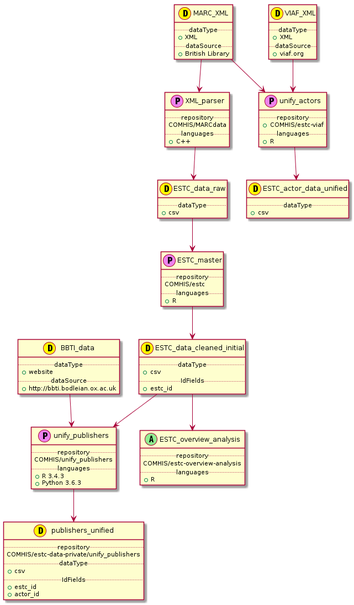
Earlier version of the PlantUML export dependencies/dependencies.png (COMHIS/estc-workflow).
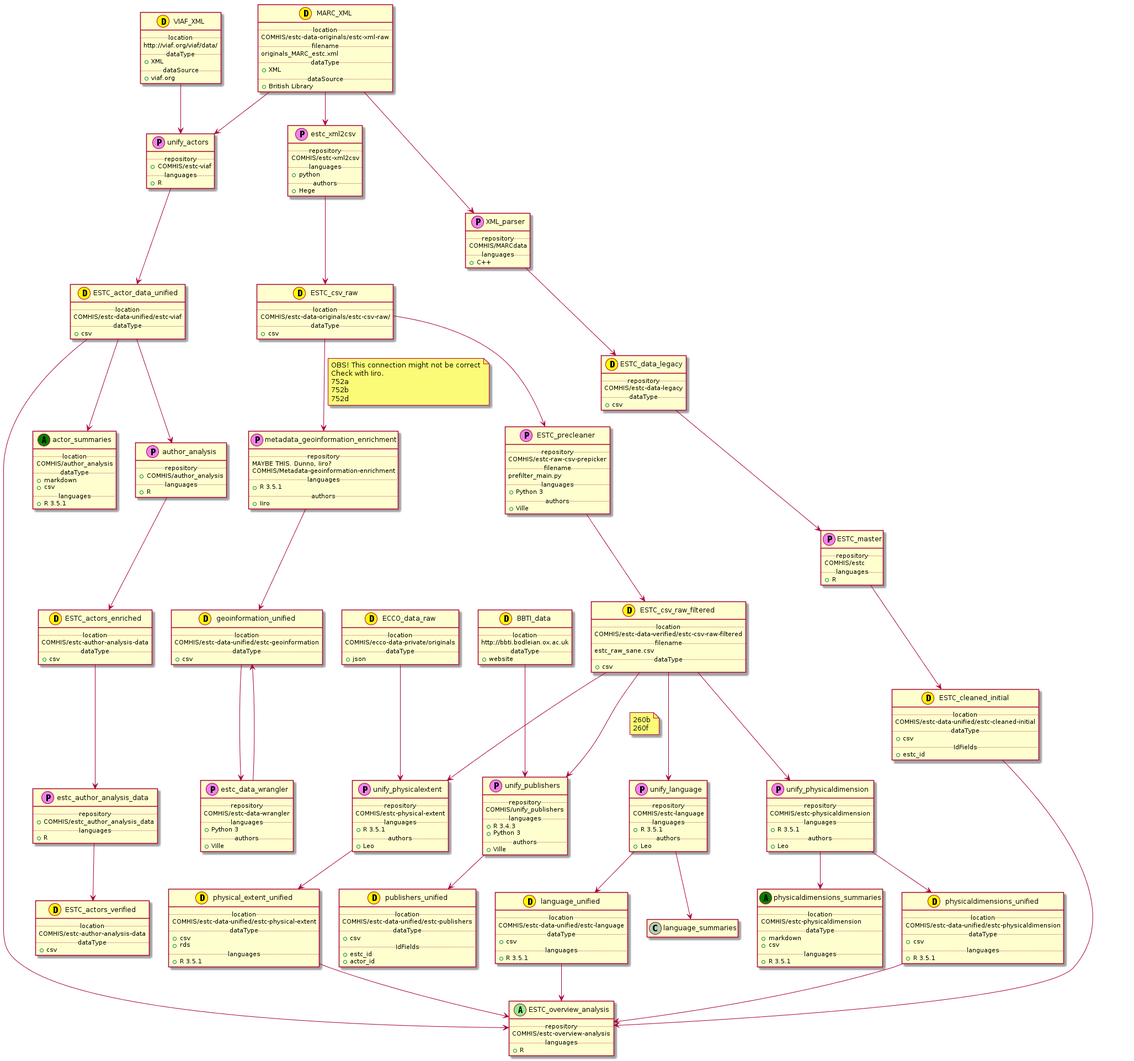
After the change.

Commit message:
Remove duplicated and erroneous connections.

What changed in the source:
```diff
@@ -1,27 +1,70 @@
 @startuml
 
+
+
+class BBTI_data << (D,yellow) >> {
+    .. location ..
+    http://bbti.bodleian.ox.ac.uk
+    .. dataType ..
+    + website
+}
+
+class VIAF_XML << (D,yellow) >> {
+    .. location ..
+    http://viaf.org/viaf/data/
+    .. dataType ..
+    + XML
+    .. dataSource ..
+    + viaf.org
+}
+
+class ECCO_data_raw << (D,yellow) >> {
+    .. location ..
+    COMHIS/ecco-data-private/originals
+    .. dataType ..
+    + json
+}
+
 class MARC_XML << (D,yellow) >> {
+    .. location ..
+    COMHIS/estc-data-originals/estc-xml-raw
+    .. filename ..
+    originals_MARC_estc.xml
     .. dataType ..
     + XML
     .. dataSource ..
     + British Library
 }
 
-class ESTC_data_raw << (D,yellow) >> {
+class ESTC_csv_raw << (D,yellow) >> {
+    .. location ..
+    COMHIS/estc-data-originals/estc-csv-raw/
     .. dataType ..
     + csv
 }
 
-class ESTC_data_cleaned_initial << (D,yellow) >> {
+class ESTC_csv_raw_filtered << (D,yellow) >> {
+    .. location ..
+    COMHIS/estc-data-verified/estc-csv-raw-filtered
+    .. filename ..
+    estc_raw_sane.csv
+    .. dataType ..
+    + csv
+}
+
+class ESTC_cleaned_initial << (D,yellow) >> {
+    .. location ..
+    COMHIS/estc-data-unified/estc-cleaned-initial
     .. dataType ..
     + csv
     .. IdFields ..
     + estc_id
 }
 
+
 class publishers_unified << (D,yellow) >> {
-    .. repository ..
-    COMHIS/estc-data-private/unify_publishers
+    .. location ..
+    COMHIS/estc-data-unified/estc-publishers
     .. dataType ..
     + csv
     .. IdFields ..
@@ -29,18 +72,104 @@
     + actor_id
 }
 
-class BBTI_data << (D,yellow) >> {
+class physicaldimensions_unified << (D,yellow) >> {
+    .. location ..
+    COMHIS/estc-data-unified/estc-physicaldimension
     .. dataType ..
-    + website
-    .. dataSource ..
-    + http://bbti.bodleian.ox.ac.uk
+    + csv
+    .. languages ..
+    + R 3.5.1
 }
+
+class language_unified << (D,yellow) >> {
+    .. location ..
+    COMHIS/estc-data-unified/estc-language
+    .. dataType ..
+    + csv
+    .. languages ..
+    + R 3.5.1
+}
+
+class geoinformation_unified << (D,yellow) >> {
+    .. location ..
+    COMHIS/estc-data-unified/estc-geoinformation
+    .. dataType ..
+    + csv
+}
+
+class physical_extent_unified << (D,yellow) >> {
+    .. location ..
+    COMHIS/estc-data-unified/estc-physical-extent
+    .. dataType ..
+    + csv
+    + rds
+    .. languages ..
+    + R 3.5.1
+
+}
+
+class ESTC_actor_data_unified << (D,yellow) >> {
+    .. location ..
+    COMHIS/estc-data-unified/estc-viaf
+    .. dataType ..
+    + csv
+}
+
+
+class physicaldimensions_summaries << (A,green) >> {
+    .. location ..
+    COMHIS/estc-physicaldimension
+    .. dataType ..
+    + markdown
+    + csv
+    .. languages ..
+    + R 3.5.1
+}
+
+class actor_summaries << (A,green) >> {
+    .. location ..
+    COMHIS/author_analysis
+    .. dataType ..
+    + markdown
+    + csv
+    .. languages ..
+    + R 3.5.1
+}
+
 
 class XML_parser << (P,violet) >> {
     .. repository ..
     COMHIS/MARCdata
     .. languages ..
     + C++
+}
+
+class ESTC_data_legacy << (D,yellow) >> {
+    .. repository ..
+    COMHIS/estc-data-legacy
+    .. dataType ..
+    + csv
+}
+
+
+class estc_xml2csv << (P,violet) >> {
+    .. repository ..
+    COMHIS/estc-xml2csv
+    .. languages ..
+    + python
+    .. authors ..
+    + Hege
+}
+
+class ESTC_precleaner << (P,violet) >> {
+    .. repository ..
+    COMHIS/estc-raw-csv-prepicker
+    .. filename ..
+    prefilter_main.py
+    .. languages ..
+    + Python 3
+    .. authors ..
+    + Ville
 }
 
 class ESTC_master << (P,violet) >> {
@@ -55,10 +184,58 @@
     COMHIS/unify_publishers
     .. languages ..
     + R 3.4.3
-    + Python 3.6.3
-
+    + Python 3
+    .. authors ..
+    + Ville
 }
 
+class unify_physicaldimension << (P,violet) >> {
+    .. repository ..
+    COMHIS/estc-physicaldimension
+    .. languages ..
+    + R 3.5.1
+    .. authors ..
+    + Leo
+}
+
+class unify_physicalextent << (P,violet) >> {
+    .. repository ..
+    COMHIS/estc-physical-extent
+    .. languages ..
+    + R 3.5.1
+    .. authors ..
+    + Leo
+}
+
+class unify_language << (P,violet) >> {
+    .. repository ..
+    COMHIS/estc-language
+    .. languages ..
+    + R 3.5.1
+    .. authors ..
+    + Leo
+}
+
+
+class metadata_geoinformation_enrichment << (P,violet) >> {
+    .. repository ..
+    MAYBE THIS. Dunno, Iiro?
+    COMHIS/Metadata-geoinformation-enrichment
+    .. languages ..
+    + R 3.5.1
+    .. authors ..
+    + Iiro
+}
+
+
+class estc_data_wrangler << (P,violet) >> {
+    .. repository ..
+    COMHIS/estc-data-wrangler
+    .. languages ..
+    + Python 3
+    .. authors ..
+    + Ville
+}
 
 class ESTC_overview_analysis << (A,lightgreen) >> {
     .. repository ..
@@ -68,13 +245,6 @@
 }
 
 
-class VIAF_XML << (D,yellow) >> {
-    .. dataType ..
-    + XML
-    .. dataSource ..
-    + viaf.org
-}
-
 class unify_actors << (P,violet) >> {
     .. repository ..
     + COMHIS/estc-viaf
@@ -82,7 +252,30 @@
     + R
 }
 
-class ESTC_actor_data_unified << (D,yellow) >> {
+class author_analysis << (P,violet) >> {
+    .. repository ..
+    + COMHIS/author_analysis
+    .. languages ..
+    + R
+}
+
+class estc_author_analysis_data << (P,violet) >> {
+    .. repository ..
+    + COMHIS/estc_author_analysis_data
+    .. languages ..
+    + R
+}
+
+class ESTC_actors_enriched << (D,yellow) >> {
+    .. location ..
+    COMHIS/estc-author-analysis-data
+    .. dataType ..
+    + csv
+}
+
+class ESTC_actors_verified << (D,yellow) >> {
+    .. location ..
+    COMHIS/estc-author-analysis-data
     .. dataType ..
     + csv
 }
@@ -90,18 +283,59 @@
 VIAF_XML --> unify_actors
 MARC_XML --> unify_actors
 unify_actors --> ESTC_actor_data_unified
+ESTC_actor_data_unified --> actor_summaries
+ESTC_actor_data_unified --> author_analysis
+author_analysis --> ESTC_actors_enriched
+ESTC_actors_enriched --> estc_author_analysis_data
+estc_author_analysis_data --> ESTC_actors_verified
+
+MARC_XML --> estc_xml2csv
+estc_xml2csv --> ESTC_csv_raw
+ESTC_csv_raw --> ESTC_precleaner
+ESTC_precleaner --> ESTC_csv_raw_filtered
 
 MARC_XML --> XML_parser
-XML_parser --> ESTC_data_raw
+XML_parser --> ESTC_data_legacy
+ESTC_data_legacy --> ESTC_master
+ESTC_master --> ESTC_cleaned_initial
 
-ESTC_data_raw --> ESTC_master
-ESTC_master --> ESTC_data_cleaned_initial
-ESTC_data_cleaned_initial --> unify_publishers
+ESTC_csv_raw --> metadata_geoinformation_enrichment
+note on link
+    OBS! This connection might not be correct
+    Check with Iiro.
+    752a
+    752b
+    752d
+end note
+metadata_geoinformation_enrichment --> geoinformation_unified
+geoinformation_unified --> estc_data_wrangler
+estc_data_wrangler --> geoinformation_unified
 
+ESTC_csv_raw_filtered --> unify_publishers
+note on link
+    260b
+    260f
+end note
 BBTI_data --> unify_publishers
 unify_publishers --> publishers_unified
 
-ESTC_data_cleaned_initial --> ESTC_overview_analysis
+ESTC_csv_raw_filtered --> unify_physicaldimension
+unify_physicaldimension --> physicaldimensions_summaries
+unify_physicaldimension --> physicaldimensions_unified
+
+ESTC_csv_raw_filtered --> unify_language
+unify_language --> language_summaries
+unify_language --> language_unified
+
+ESTC_csv_raw_filtered --> unify_physicalextent
+ECCO_data_raw --> unify_physicalextent
+unify_physicalextent --> physical_extent_unified
+
+ESTC_cleaned_initial --> ESTC_overview_analysis
+physicaldimensions_unified --> ESTC_overview_analysis
+physical_extent_unified --> ESTC_overview_analysis
+language_unified --> ESTC_overview_analysis
+ESTC_actor_data_unified --> ESTC_overview_analysis
 
 
 hide empty members
```
